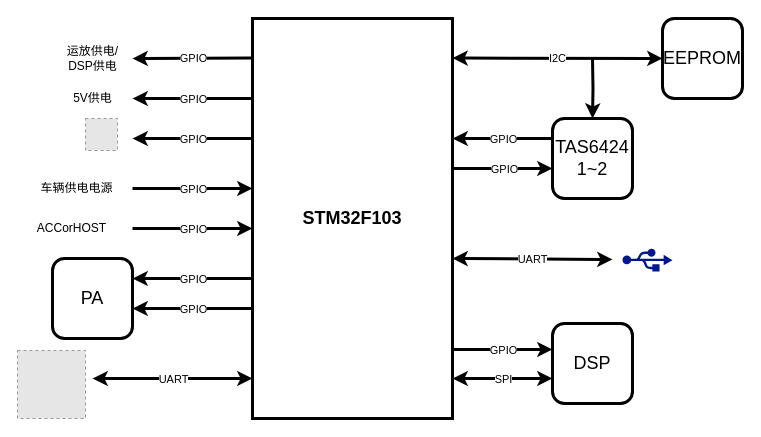
yintianlan/Picture_Draw keeps this draw.io diagram as page "MCU_Frame" (1 of 2) of DSP_Frame.drawio. Above is the earlier version. Source tidied: cells renumbered, new cells numbered last; positions are measured from the earlier drawing's top-left corner, leaving out a move shared by most shapes. Both pictures are drawn from the tidied source at 100%, with x=0, y=0 at pixel (17, 18). Pictures stored in the file or linked from it are replaced by grey dashed boxes.
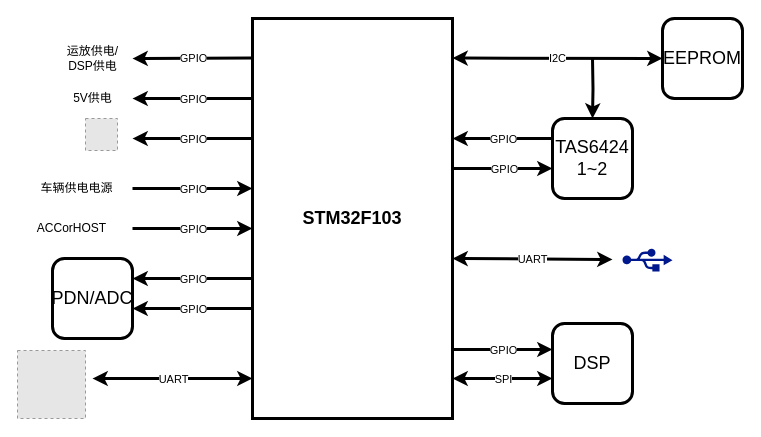
After the change.

The edit, as a diff of the source:
```diff
@@
-    <mxCell id="42" value="&lt;font style=&quot;font-size: 18px&quot;&gt;PA&lt;/font&gt;" style="rounded=1;whiteSpace=wrap;html=1;strokeWidth=3;" parent="1" vertex="1">
+    <mxCell id="42" value="&lt;font style=&quot;font-size: 18px&quot;&gt;PDN/ADC&lt;/font&gt;" style="rounded=1;whiteSpace=wrap;html=1;strokeWidth=3;" parent="1" vertex="1">
       <mxGeometry x="35" y="240" width="80" height="80" as="geometry" />
     </mxCell>
```
